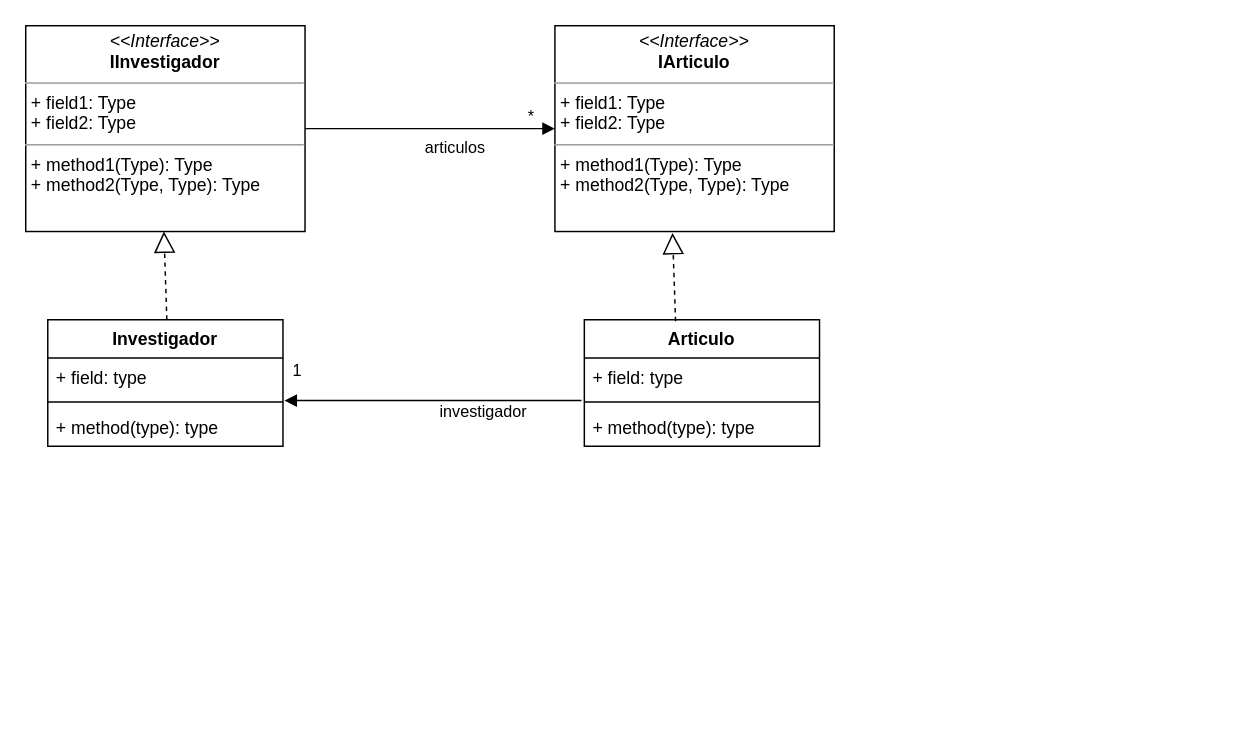
Earlier version of the draw.io diagram unq-po2-Observer-Publicaciones.drawio (nhubczyk/Diagramas-UML). Source tidied: cells renumbered, new cells numbered last; positions are measured from the earlier drawing's top-left corner, leaving out a move shared by most shapes. Both pictures are drawn from the tidied source at 147%, with x=0, y=0 at pixel (25, 25).
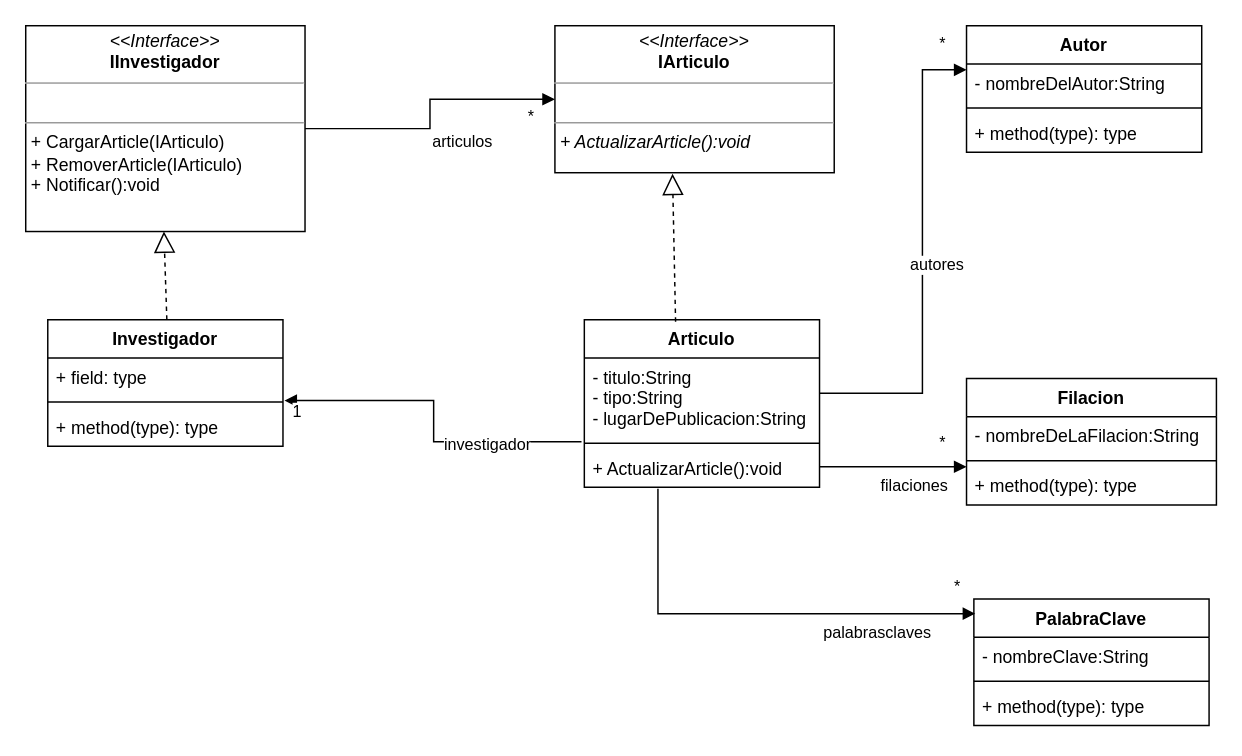
After the change.

The edit, as a diff of the source:
```diff
@@
-    <mxCell id="2" value="&lt;p style=&quot;margin:0px;margin-top:4px;text-align:center;&quot;&gt;&lt;i&gt;&amp;lt;&amp;lt;Interface&amp;gt;&amp;gt;&lt;/i&gt;&lt;br&gt;&lt;b&gt;IInvestigador&lt;/b&gt;&lt;/p&gt;&lt;hr size=&quot;1&quot;&gt;&lt;p style=&quot;margin:0px;margin-left:4px;&quot;&gt;+ field1: Type&lt;br&gt;+ field2: Type&lt;/p&gt;&lt;hr size=&quot;1&quot;&gt;&lt;p style=&quot;margin:0px;margin-left:4px;&quot;&gt;+ method1(Type): Type&lt;br&gt;+ method2(Type, Type): Type&lt;/p&gt;" style="verticalAlign=top;align=left;overflow=fill;fontSize=12;fontFamily=Helvetica;html=1;" parent="1" vertex="1">
+    <mxCell id="2" value="&lt;p style=&quot;margin:0px;margin-top:4px;text-align:center;&quot;&gt;&lt;i&gt;&amp;lt;&amp;lt;Interface&amp;gt;&amp;gt;&lt;/i&gt;&lt;br&gt;&lt;b&gt;IInvestigador&lt;/b&gt;&lt;/p&gt;&lt;hr size=&quot;1&quot;&gt;&lt;p style=&quot;margin:0px;margin-left:4px;&quot;&gt;&lt;br&gt;&lt;/p&gt;&lt;hr size=&quot;1&quot;&gt;&lt;p style=&quot;margin:0px;margin-left:4px;&quot;&gt;+ CargarArticle(IArticulo)&lt;/p&gt;&lt;p style=&quot;margin:0px;margin-left:4px;&quot;&gt;+ RemoverArticle(IArticulo)&lt;/p&gt;&lt;p style=&quot;margin:0px;margin-left:4px;&quot;&gt;+ Notificar():void&lt;/p&gt;" style="verticalAlign=top;align=left;overflow=fill;fontSize=12;fontFamily=Helvetica;html=1;" parent="1" vertex="1">
       <mxGeometry width="190" height="140" as="geometry" />
     </mxCell>
-    <mxCell id="3" value="&lt;p style=&quot;margin:0px;margin-top:4px;text-align:center;&quot;&gt;&lt;i&gt;&amp;lt;&amp;lt;Interface&amp;gt;&amp;gt;&lt;/i&gt;&lt;br&gt;&lt;b&gt;IArticulo&lt;/b&gt;&lt;/p&gt;&lt;hr size=&quot;1&quot;&gt;&lt;p style=&quot;margin:0px;margin-left:4px;&quot;&gt;+ field1: Type&lt;br&gt;+ field2: Type&lt;/p&gt;&lt;hr size=&quot;1&quot;&gt;&lt;p style=&quot;margin:0px;margin-left:4px;&quot;&gt;+ method1(Type): Type&lt;br&gt;+ method2(Type, Type): Type&lt;/p&gt;" style="verticalAlign=top;align=left;overflow=fill;fontSize=12;fontFamily=Helvetica;html=1;" parent="1" vertex="1">
-      <mxGeometry x="360" width="190" height="140" as="geometry" />
+    <mxCell id="3" value="&lt;p style=&quot;margin:0px;margin-top:4px;text-align:center;&quot;&gt;&lt;i&gt;&amp;lt;&amp;lt;Interface&amp;gt;&amp;gt;&lt;/i&gt;&lt;br&gt;&lt;b&gt;IArticulo&lt;/b&gt;&lt;/p&gt;&lt;hr size=&quot;1&quot;&gt;&lt;p style=&quot;margin:0px;margin-left:4px;&quot;&gt;&lt;br&gt;&lt;/p&gt;&lt;hr size=&quot;1&quot;&gt;&lt;p style=&quot;margin:0px;margin-left:4px;&quot;&gt;&lt;i&gt;+ ActualizarArticle():void&lt;/i&gt;&lt;/p&gt;" style="verticalAlign=top;align=left;overflow=fill;fontSize=12;fontFamily=Helvetica;html=1;" parent="1" vertex="1">
+      <mxGeometry x="360" width="190" height="100" as="geometry" />
     </mxCell>
@@
     <mxCell id="6" value="Articulo" style="swimlane;fontStyle=1;align=center;verticalAlign=top;horizontal=1;startSize=26;" parent="1" vertex="1">
-      <mxGeometry x="380" y="200" width="160" height="86" as="geometry" />
+      <mxGeometry x="380" y="200" width="160" height="114" as="geometry" />
     </mxCell>
-    <mxCell id="7" value="+ field: type" style="text;strokeColor=none;fillColor=none;align=left;verticalAlign=top;spacingLeft=4;spacingRight=4;overflow=hidden;" parent="6" vertex="1">
-      <mxGeometry y="26" width="160" height="26" as="geometry" />
+    <mxCell id="7" value="- titulo:String&#10;- tipo:String&#10;- lugarDePublicacion:String&#10;" style="text;strokeColor=none;fillColor=none;align=left;verticalAlign=top;spacingLeft=4;spacingRight=4;overflow=hidden;" parent="6" vertex="1">
+      <mxGeometry y="26" width="160" height="54" as="geometry" />
     </mxCell>
     <mxCell id="8" style="line;strokeWidth=1;fillColor=none;align=left;verticalAlign=middle;spacingTop=-1;spacingLeft=3;spacingRight=3;labelPosition=right;strokeColor=inherit;" parent="6" vertex="1">
-      <mxGeometry y="52" width="160" height="8" as="geometry" />
+      <mxGeometry y="80" width="160" height="8" as="geometry" />
     </mxCell>
-    <mxCell id="9" value="+ method(type): type" style="text;strokeColor=none;fillColor=none;align=left;verticalAlign=top;spacingLeft=4;spacingRight=4;overflow=hidden;points=[[0,0.5],[1,0.5]];portConstraint=eastwest;" parent="6" vertex="1">
-      <mxGeometry y="60" width="160" height="26" as="geometry" />
+    <mxCell id="9" value="+ ActualizarArticle():void" style="text;strokeColor=none;fillColor=none;align=left;verticalAlign=top;spacingLeft=4;spacingRight=4;overflow=hidden;points=[[0,0.5],[1,0.5]];portConstraint=eastwest;" parent="6" vertex="1">
+      <mxGeometry y="88" width="160" height="26" as="geometry" />
     </mxCell>
@@
+    <mxCell id="18" value="Autor" style="swimlane;fontStyle=1;align=center;verticalAlign=top;horizontal=1;startSize=26;" parent="1" vertex="1">
+      <mxGeometry x="640" width="160" height="86" as="geometry" />
+    </mxCell>
+    <mxCell id="19" value="- nombreDelAutor:String&#10;" style="text;strokeColor=none;fillColor=none;align=left;verticalAlign=top;spacingLeft=4;spacingRight=4;overflow=hidden;points=[[0,0.5],[1,0.5]];portConstraint=eastwest;" parent="18" vertex="1">
+      <mxGeometry y="26" width="160" height="26" as="geometry" />
+    </mxCell>
+    <mxCell id="20" style="line;strokeWidth=1;fillColor=none;align=left;verticalAlign=middle;spacingTop=-1;spacingLeft=3;spacingRight=3;labelPosition=right;strokeColor=inherit;" parent="18" vertex="1">
+      <mxGeometry y="52" width="160" height="8" as="geometry" />
+    </mxCell>
+    <mxCell id="21" value="+ method(type): type" style="text;strokeColor=none;fillColor=none;align=left;verticalAlign=top;spacingLeft=4;spacingRight=4;overflow=hidden;" parent="18" vertex="1">
+      <mxGeometry y="60" width="160" height="26" as="geometry" />
+    </mxCell>
+    <mxCell id="22" value="autores" style="endArrow=block;endFill=1;html=1;edgeStyle=orthogonalEdgeStyle;align=left;verticalAlign=top;rounded=0;entryX=0;entryY=0.154;entryDx=0;entryDy=0;entryPerimeter=0;" parent="1" edge="1" target="19">
+      <mxGeometry x="0.06" y="10" relative="1" as="geometry">
+        <mxPoint x="540" y="250" as="sourcePoint" />
+        <Array as="points">
+          <mxPoint x="610" y="250" />
+          <mxPoint x="610" y="30" />
+        </Array>
+      </mxGeometry>
+    </mxCell>
+    <mxCell id="23" value="*" style="edgeLabel;html=1;align=left;verticalAlign=bottom;" parent="22" vertex="1">
+      <mxGeometry x="-1" relative="1" as="geometry">
+        <mxPoint x="80" y="-230" as="offset" />
+      </mxGeometry>
+    </mxCell>
+    <mxCell id="24" value="Filacion" style="swimlane;fontStyle=1;align=center;verticalAlign=top;horizontal=1;startSize=26;" parent="1" vertex="1">
+      <mxGeometry x="640" y="240" width="170" height="86" as="geometry" />
+    </mxCell>
+    <mxCell id="25" value="- nombreDeLaFilacion:String" style="text;strokeColor=none;fillColor=none;align=left;verticalAlign=top;spacingLeft=4;spacingRight=4;overflow=hidden;" parent="24" vertex="1">
+      <mxGeometry y="26" width="170" height="26" as="geometry" />
+    </mxCell>
+    <mxCell id="26" style="line;strokeWidth=1;fillColor=none;align=left;verticalAlign=middle;spacingTop=-1;spacingLeft=3;spacingRight=3;labelPosition=right;strokeColor=inherit;" parent="24" vertex="1">
+      <mxGeometry y="52" width="170" height="8" as="geometry" />
+    </mxCell>
+    <mxCell id="27" value="+ method(type): type" style="text;strokeColor=none;fillColor=none;align=left;verticalAlign=top;spacingLeft=4;spacingRight=4;overflow=hidden;" parent="24" vertex="1">
+      <mxGeometry y="60" width="170" height="26" as="geometry" />
+    </mxCell>
+    <mxCell id="28" value="filaciones" style="endArrow=block;endFill=1;html=1;edgeStyle=orthogonalEdgeStyle;align=left;verticalAlign=top;rounded=0;" parent="1" edge="1">
+      <mxGeometry x="-0.2" relative="1" as="geometry">
+        <mxPoint x="540" y="300" as="sourcePoint" />
+        <mxPoint x="640" y="300" as="targetPoint" />
+        <Array as="points">
+          <mxPoint x="600" y="300" />
+          <mxPoint x="600" y="300" />
+        </Array>
+      </mxGeometry>
+    </mxCell>
+    <mxCell id="29" value="*" style="edgeLabel;html=1;align=left;verticalAlign=bottom;" parent="28" vertex="1">
+      <mxGeometry x="-1" relative="1" as="geometry">
+        <mxPoint x="80" y="-8" as="offset" />
+      </mxGeometry>
+    </mxCell>
+    <mxCell id="30" value="PalabraClave" style="swimlane;fontStyle=1;align=center;verticalAlign=top;horizontal=1;startSize=26;" parent="1" vertex="1">
+      <mxGeometry x="645" y="390" width="160" height="86" as="geometry" />
+    </mxCell>
+    <mxCell id="31" value="- nombreClave:String" style="text;strokeColor=none;fillColor=none;align=left;verticalAlign=top;spacingLeft=4;spacingRight=4;overflow=hidden;" parent="30" vertex="1">
+      <mxGeometry y="26" width="160" height="26" as="geometry" />
+    </mxCell>
+    <mxCell id="32" style="line;strokeWidth=1;fillColor=none;align=left;verticalAlign=middle;spacingTop=-1;spacingLeft=3;spacingRight=3;labelPosition=right;strokeColor=inherit;" parent="30" vertex="1">
+      <mxGeometry y="52" width="160" height="8" as="geometry" />
+    </mxCell>
+    <mxCell id="33" value="+ method(type): type" style="text;strokeColor=none;fillColor=none;align=left;verticalAlign=top;spacingLeft=4;spacingRight=4;overflow=hidden;" parent="30" vertex="1">
+      <mxGeometry y="60" width="160" height="26" as="geometry" />
+    </mxCell>
+    <mxCell id="34" value="palabrasclaves" style="endArrow=block;endFill=1;html=1;edgeStyle=orthogonalEdgeStyle;align=left;verticalAlign=top;rounded=0;entryX=0.006;entryY=0.116;entryDx=0;entryDy=0;entryPerimeter=0;exitX=0.313;exitY=1.038;exitDx=0;exitDy=0;exitPerimeter=0;" parent="1" edge="1" source="9" target="30">
+      <mxGeometry x="0.3" relative="1" as="geometry">
+        <Array as="points">
+          <mxPoint x="430" y="400" />
+        </Array>
+      </mxGeometry>
+    </mxCell>
+    <mxCell id="35" value="*" style="edgeLabel;html=1;align=left;verticalAlign=bottom;" parent="34" vertex="1">
+      <mxGeometry x="-1" relative="1" as="geometry">
+        <mxPoint x="200" y="75" as="offset" />
+      </mxGeometry>
+    </mxCell>
```
